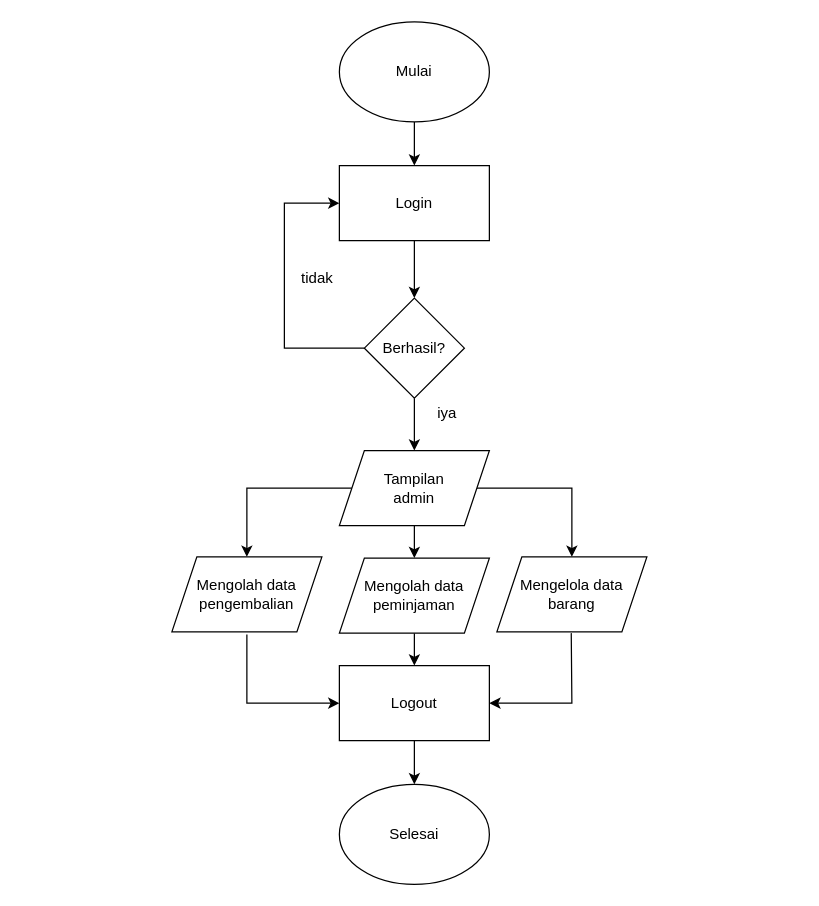
Isurxd/Flowchart keeps this draw.io diagram as Diagram Tanpa Judul.drawio. Above is the earlier version. Source tidied: cells renumbered, new cells numbered last; positions are measured from the earlier drawing's top-left corner, leaving out a move shared by most shapes. Both pictures are drawn from the tidied source at 125%, with x=0, y=0 at pixel (171, 21).
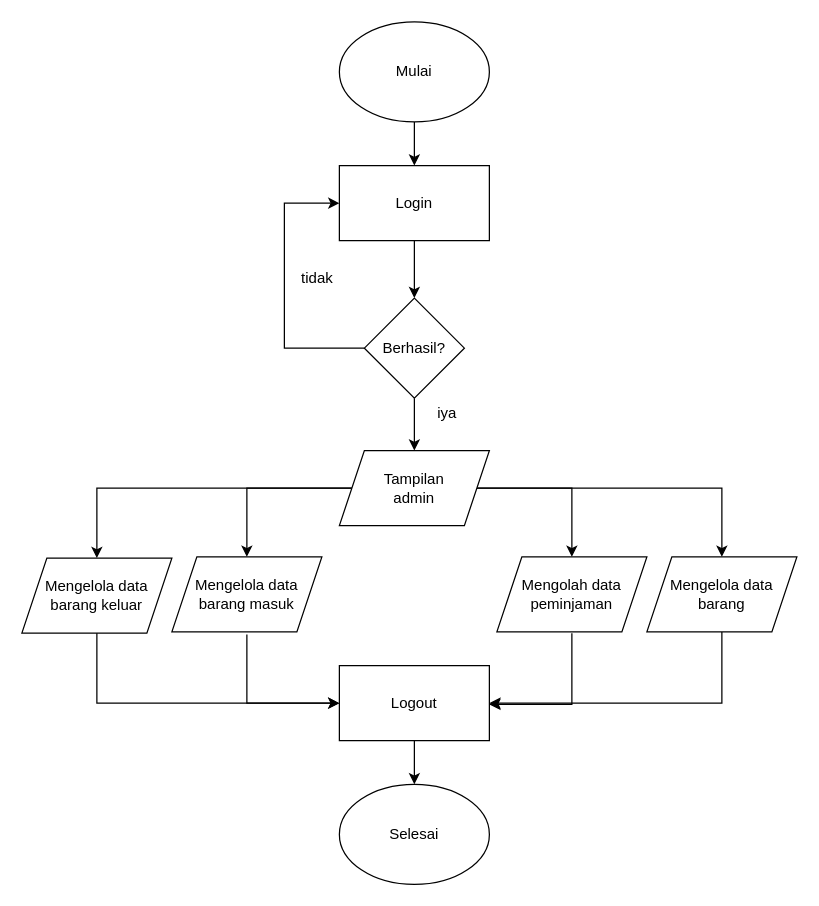
After the change.

The change refers to these unchanged cells:
```xml
<mxCell id="13" value="Tampilan&lt;div&gt;admin&lt;/div&gt;" style="shape=parallelogram;perimeter=parallelogramPerimeter;whiteSpace=wrap;html=1;fixedSize=1;rounded=0;" parent="1" vertex="1">
  <mxGeometry x="134" y="343" width="120" height="60" as="geometry" />
</mxCell>
<mxCell id="19" value="Logout" style="rounded=0;whiteSpace=wrap;html=1;" parent="1" vertex="1">
  <mxGeometry x="134" y="515" width="120" height="60" as="geometry" />
</mxCell>
```

The edit, as a diff of the source:
```diff
@@
+    <mxCell id="24" style="edgeStyle=orthogonalEdgeStyle;rounded=0;jettySize=auto;html=1;" parent="1" edge="1" source="13" target="27">
+      <mxGeometry relative="1" as="geometry" />
+    </mxCell>
@@
-    <mxCell id="14" style="edgeStyle=orthogonalEdgeStyle;rounded=0;jettySize=auto;html=1;" parent="1" edge="1" source="15" target="19">
-      <mxGeometry relative="1" as="geometry" />
-    </mxCell>
+    <mxCell id="25" style="edgeStyle=orthogonalEdgeStyle;rounded=0;orthogonalLoop=1;jettySize=auto;html=1;entryX=1;entryY=0.5;entryDx=0;entryDy=0;" parent="1" edge="1">
+      <mxGeometry relative="1" as="geometry">
+        <mxPoint x="320" y="489" as="sourcePoint" />
+        <mxPoint x="254" y="546" as="targetPoint" />
+        <Array as="points">
+          <mxPoint x="320" y="546" />
+        </Array>
+      </mxGeometry>
+    </mxCell>
     <mxCell id="15" value="Mengolah data peminjaman" style="shape=parallelogram;perimeter=parallelogramPerimeter;whiteSpace=wrap;html=1;fixedSize=1;rounded=0;" parent="1" vertex="1">
-      <mxGeometry x="134" y="429" width="120" height="60" as="geometry" />
+      <mxGeometry x="260" y="428" width="120" height="60" as="geometry" />
     </mxCell>
-    <mxCell id="16" value="Mengolah data pengembalian" style="shape=parallelogram;perimeter=parallelogramPerimeter;whiteSpace=wrap;html=1;fixedSize=1;rounded=0;" parent="1" vertex="1">
+    <mxCell id="16" value="Mengelola data barang masuk" style="shape=parallelogram;perimeter=parallelogramPerimeter;whiteSpace=wrap;html=1;fixedSize=1;rounded=0;" parent="1" vertex="1">
       <mxGeometry y="428" width="120" height="60" as="geometry" />
     </mxCell>
+    <mxCell id="26" style="edgeStyle=orthogonalEdgeStyle;rounded=0;orthogonalLoop=1;jettySize=auto;html=1;entryX=1;entryY=0.5;entryDx=0;entryDy=0;" parent="1" edge="1">
+      <mxGeometry relative="1" as="geometry">
+        <mxPoint x="440" y="488" as="sourcePoint" />
+        <mxPoint x="254" y="545" as="targetPoint" />
+        <Array as="points">
+          <mxPoint x="440" y="545" />
+        </Array>
+      </mxGeometry>
+    </mxCell>
     <mxCell id="17" value="Mengelola data barang" style="shape=parallelogram;perimeter=parallelogramPerimeter;whiteSpace=wrap;html=1;fixedSize=1;rounded=0;" parent="1" vertex="1">
-      <mxGeometry x="260" y="428" width="120" height="60" as="geometry" />
+      <mxGeometry x="380" y="428" width="120" height="60" as="geometry" />
     </mxCell>
@@
-    <mxCell id="21" style="endArrow=classic;html=1;rounded=0;entryX=1;entryY=0.5;entryDx=0;entryDy=0;" parent="1" edge="1" target="19">
-      <mxGeometry relative="1" as="geometry">
-        <mxPoint x="319.5" y="489" as="sourcePoint" />
-        <Array as="points">
-          <mxPoint x="320" y="545" />
-        </Array>
-      </mxGeometry>
-    </mxCell>
@@
+    <mxCell id="27" value="Mengelola data barang keluar" style="shape=parallelogram;perimeter=parallelogramPerimeter;whiteSpace=wrap;html=1;fixedSize=1;rounded=0;" parent="1" vertex="1">
+      <mxGeometry x="-120" y="429" width="120" height="60" as="geometry" />
+    </mxCell>
+    <mxCell id="28" style="endArrow=classic;html=1;rounded=0;" parent="1" edge="1" target="19">
+      <mxGeometry relative="1" as="geometry">
+        <mxPoint x="-60" y="489" as="sourcePoint" />
+        <Array as="points">
+          <mxPoint x="-60" y="545" />
+        </Array>
+      </mxGeometry>
+    </mxCell>
```
